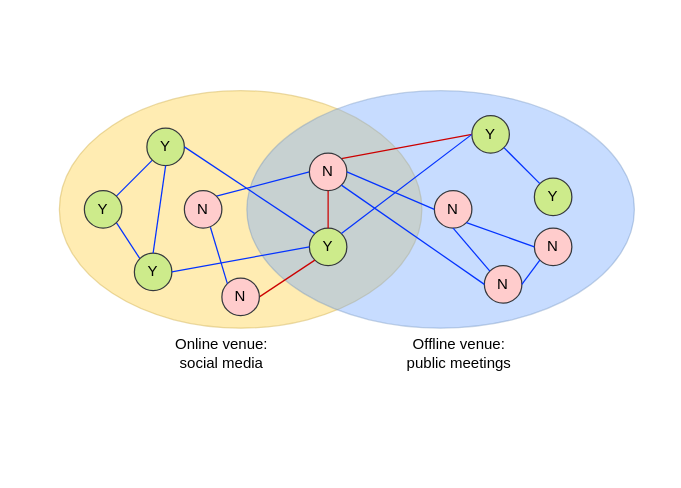
Earlier version of the draw.io diagram intervention.drawio (changgge/changgge). Source tidied: cells renumbered, new cells numbered last; positions are measured from the earlier drawing's top-left corner, leaving out a move shared by most shapes. Both pictures are drawn from the tidied source at 125%, with x=0, y=0 at pixel (59, 90).
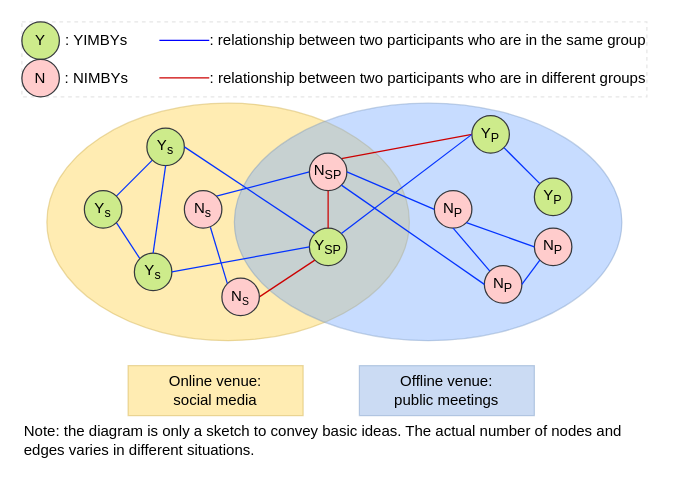
The same page after the edit.

What changed in the source:
```diff
@@
     <mxCell id="2" style="ellipse;whiteSpace=wrap;html=1;fillColor=#FFD966;strokeColor=#d6b656;opacity=50;" parent="1" vertex="1">
-      <mxGeometry width="290" height="190" as="geometry" />
+      <mxGeometry x="-10" y="10" width="290" height="190" as="geometry" />
     </mxCell>
     <mxCell id="3" style="ellipse;whiteSpace=wrap;html=1;fillColor=#74a7fe;strokeColor=#6c8ebf;opacity=40;" parent="1" vertex="1">
-      <mxGeometry x="150" width="310" height="190" as="geometry" />
+      <mxGeometry x="140" y="10" width="310" height="190" as="geometry" />
     </mxCell>
@@
-    <mxCell id="5" value="Y" style="ellipse;whiteSpace=wrap;html=1;fillColor=#cdeb8b;strokeColor=#36393d;" parent="1" vertex="1">
+    <mxCell id="5" value="Y&lt;sub&gt;s&lt;/sub&gt;" style="ellipse;whiteSpace=wrap;html=1;fillColor=#cdeb8b;strokeColor=#36393d;" parent="1" vertex="1">
       <mxGeometry x="70" y="30" width="30" height="30" as="geometry" />
     </mxCell>
@@
-    <mxCell id="7" value="Y" style="ellipse;whiteSpace=wrap;html=1;fillColor=#cdeb8b;strokeColor=#36393d;" parent="1" vertex="1">
+    <mxCell id="7" value="Y&lt;sub&gt;s&lt;/sub&gt;" style="ellipse;whiteSpace=wrap;html=1;fillColor=#cdeb8b;strokeColor=#36393d;" parent="1" vertex="1">
       <mxGeometry x="20" y="80" width="30" height="30" as="geometry" />
     </mxCell>
-    <mxCell id="8" value="Y" style="ellipse;whiteSpace=wrap;html=1;fillColor=#cdeb8b;strokeColor=#36393d;" parent="1" vertex="1">
+    <mxCell id="8" value="Y&lt;sub&gt;s&lt;/sub&gt;" style="ellipse;whiteSpace=wrap;html=1;fillColor=#cdeb8b;strokeColor=#36393d;" parent="1" vertex="1">
       <mxGeometry x="60" y="130" width="30" height="30" as="geometry" />
     </mxCell>
-    <mxCell id="9" value="Y" style="ellipse;whiteSpace=wrap;html=1;fillColor=#cdeb8b;strokeColor=#36393d;" parent="1" vertex="1">
+    <mxCell id="9" value="Y&lt;sub&gt;P&lt;/sub&gt;" style="ellipse;whiteSpace=wrap;html=1;fillColor=#cdeb8b;strokeColor=#36393d;" parent="1" vertex="1">
       <mxGeometry x="330" y="20" width="30" height="30" as="geometry" />
     </mxCell>
-    <mxCell id="10" value="Y" style="ellipse;whiteSpace=wrap;html=1;fillColor=#cdeb8b;strokeColor=#36393d;" parent="1" vertex="1">
+    <mxCell id="10" value="Y&lt;sub&gt;P&lt;/sub&gt;" style="ellipse;whiteSpace=wrap;html=1;fillColor=#cdeb8b;strokeColor=#36393d;" parent="1" vertex="1">
       <mxGeometry x="380" y="70" width="30" height="30" as="geometry" />
     </mxCell>
-    <mxCell id="11" value="Y" style="ellipse;whiteSpace=wrap;html=1;fillColor=#cdeb8b;strokeColor=#36393d;" parent="1" vertex="1">
+    <mxCell id="11" value="Y&lt;sub&gt;SP&lt;/sub&gt;" style="ellipse;whiteSpace=wrap;html=1;fillColor=#cdeb8b;strokeColor=#36393d;" parent="1" vertex="1">
       <mxGeometry x="200" y="110" width="30" height="30" as="geometry" />
     </mxCell>
@@
-    <mxCell id="13" value="N" style="ellipse;whiteSpace=wrap;html=1;fillColor=#ffcccc;strokeColor=#36393d;" parent="1" vertex="1">
+    <mxCell id="13" value="N&lt;sub&gt;s&lt;/sub&gt;" style="ellipse;whiteSpace=wrap;html=1;fillColor=#ffcccc;strokeColor=#36393d;" parent="1" vertex="1">
       <mxGeometry x="100" y="80" width="30" height="30" as="geometry" />
     </mxCell>
@@
-    <mxCell id="15" value="N" style="ellipse;whiteSpace=wrap;html=1;fillColor=#ffcccc;strokeColor=#36393d;" parent="1" vertex="1">
+    <mxCell id="15" value="N&lt;sub&gt;SP&lt;/sub&gt;" style="ellipse;whiteSpace=wrap;html=1;fillColor=#ffcccc;strokeColor=#36393d;" parent="1" vertex="1">
       <mxGeometry x="200" y="50" width="30" height="30" as="geometry" />
     </mxCell>
-    <mxCell id="16" value="N" style="ellipse;whiteSpace=wrap;html=1;fillColor=#ffcccc;strokeColor=#36393d;" parent="1" vertex="1">
+    <mxCell id="16" value="N&lt;sub&gt;P&lt;/sub&gt;" style="ellipse;whiteSpace=wrap;html=1;fillColor=#ffcccc;strokeColor=#36393d;" parent="1" vertex="1">
       <mxGeometry x="300" y="80" width="30" height="30" as="geometry" />
     </mxCell>
-    <mxCell id="17" value="N" style="ellipse;whiteSpace=wrap;html=1;fillColor=#ffcccc;strokeColor=#36393d;" parent="1" vertex="1">
+    <mxCell id="17" value="N&lt;sub&gt;P&lt;/sub&gt;" style="ellipse;whiteSpace=wrap;html=1;fillColor=#ffcccc;strokeColor=#36393d;" parent="1" vertex="1">
       <mxGeometry x="380" y="110" width="30" height="30" as="geometry" />
     </mxCell>
-    <mxCell id="18" value="N" style="ellipse;whiteSpace=wrap;html=1;fillColor=#ffcccc;strokeColor=#36393d;" parent="1" vertex="1">
+    <mxCell id="18" value="N&lt;sub&gt;P&lt;/sub&gt;" style="ellipse;whiteSpace=wrap;html=1;fillColor=#ffcccc;strokeColor=#36393d;" parent="1" vertex="1">
       <mxGeometry x="340" y="140" width="30" height="30" as="geometry" />
     </mxCell>
@@
-    <mxCell id="20" value="N" style="ellipse;whiteSpace=wrap;html=1;fillColor=#ffcccc;strokeColor=#36393d;" parent="1" vertex="1">
+    <mxCell id="20" value="N&lt;font size=&quot;1&quot;&gt;&lt;sub&gt;S&lt;/sub&gt;&lt;/font&gt;" style="ellipse;whiteSpace=wrap;html=1;fillColor=#ffcccc;strokeColor=#36393d;" parent="1" vertex="1">
       <mxGeometry x="130" y="150" width="30" height="30" as="geometry" />
     </mxCell>
-    <mxCell id="21" value="Online venue:&lt;br&gt;social media" style="text;html=1;strokeColor=none;fillColor=none;align=center;verticalAlign=middle;whiteSpace=wrap;rounded=0;" parent="1" vertex="1">
-      <mxGeometry x="60" y="190" width="140" height="40" as="geometry" />
+    <mxCell id="21" value="Online venue:&lt;br&gt;social media" style="text;html=1;strokeColor=#d6b656;fillColor=#FFD966;align=center;verticalAlign=middle;whiteSpace=wrap;rounded=0;opacity=50;" parent="1" vertex="1">
+      <mxGeometry x="55" y="220" width="140" height="40" as="geometry" />
     </mxCell>
-    <mxCell id="22" value="Offline venue:&lt;br&gt;public meetings" style="text;html=1;strokeColor=none;fillColor=none;align=center;verticalAlign=middle;whiteSpace=wrap;rounded=0;" parent="1" vertex="1">
-      <mxGeometry x="250" y="190" width="140" height="40" as="geometry" />
+    <mxCell id="22" value="Offline venue:&lt;br&gt;public meetings" style="text;html=1;strokeColor=#6c8ebf;fillColor=#7EA6E0;align=center;verticalAlign=middle;whiteSpace=wrap;rounded=0;opacity=40;" parent="1" vertex="1">
+      <mxGeometry x="240" y="220" width="140" height="40" as="geometry" />
     </mxCell>
@@
+    <mxCell id="35" value="&lt;div style=&quot;&quot;&gt;Note: the diagram is only a sketch to convey basic ideas. The actual number of nodes and edges varies in different situations.&lt;/div&gt;" style="text;html=1;strokeColor=none;fillColor=none;align=left;verticalAlign=middle;whiteSpace=wrap;rounded=0;" parent="1" vertex="1">
+      <mxGeometry x="-30" y="260" width="500" height="40" as="geometry" />
+    </mxCell>
+    <mxCell id="36" style="rounded=0;whiteSpace=wrap;html=1;strokeColor=#E6E6E6;dashed=1;" parent="1" vertex="1">
+      <mxGeometry x="-30" y="-55" width="500" height="60" as="geometry" />
+    </mxCell>
+    <mxCell id="37" value="Y" style="ellipse;whiteSpace=wrap;html=1;fillColor=#cdeb8b;strokeColor=#36393d;" parent="1" vertex="1">
+      <mxGeometry x="-30" y="-55" width="30" height="30" as="geometry" />
+    </mxCell>
+    <mxCell id="38" value="N" style="ellipse;whiteSpace=wrap;html=1;fillColor=#ffcccc;strokeColor=#36393d;" parent="1" vertex="1">
+      <mxGeometry x="-30" y="-25" width="30" height="30" as="geometry" />
+    </mxCell>
+    <mxCell id="39" value=": YIMBYs" style="text;html=1;strokeColor=none;fillColor=none;align=center;verticalAlign=middle;whiteSpace=wrap;rounded=0;" parent="1" vertex="1">
+      <mxGeometry y="-55" width="60" height="30" as="geometry" />
+    </mxCell>
+    <mxCell id="40" value=": NIMBYs" style="text;html=1;strokeColor=none;fillColor=none;align=center;verticalAlign=middle;whiteSpace=wrap;rounded=0;" parent="1" vertex="1">
+      <mxGeometry y="-25" width="60" height="30" as="geometry" />
+    </mxCell>
+    <mxCell id="41" style="endArrow=none;html=1;rounded=0;entryX=0.714;entryY=0.333;entryDx=0;entryDy=0;entryPerimeter=0;strokeColor=#CC0000;" parent="1" edge="1">
+      <mxGeometry relative="1" as="geometry">
+        <mxPoint x="80" y="-10.3" as="sourcePoint" />
+        <mxPoint x="119.9" y="-10.3" as="targetPoint" />
+      </mxGeometry>
+    </mxCell>
+    <mxCell id="42" style="endArrow=none;html=1;rounded=0;entryX=0.714;entryY=0.333;entryDx=0;entryDy=0;entryPerimeter=0;strokeColor=#0000FF;" parent="1" edge="1">
+      <mxGeometry relative="1" as="geometry">
+        <mxPoint x="80" y="-40.3" as="sourcePoint" />
+        <mxPoint x="119.9" y="-40.3" as="targetPoint" />
+      </mxGeometry>
+    </mxCell>
+    <mxCell id="43" value=": relationship between two participants who are in the same group" style="text;html=1;strokeColor=none;fillColor=none;align=center;verticalAlign=middle;whiteSpace=wrap;rounded=0;" parent="1" vertex="1">
+      <mxGeometry x="110" y="-55" width="370" height="30" as="geometry" />
+    </mxCell>
+    <mxCell id="44" value=": relationship between two participants who are in different groups" style="text;html=1;strokeColor=none;fillColor=none;align=center;verticalAlign=middle;whiteSpace=wrap;rounded=0;" parent="1" vertex="1">
+      <mxGeometry x="110" y="-25" width="370" height="30" as="geometry" />
+    </mxCell>
```
